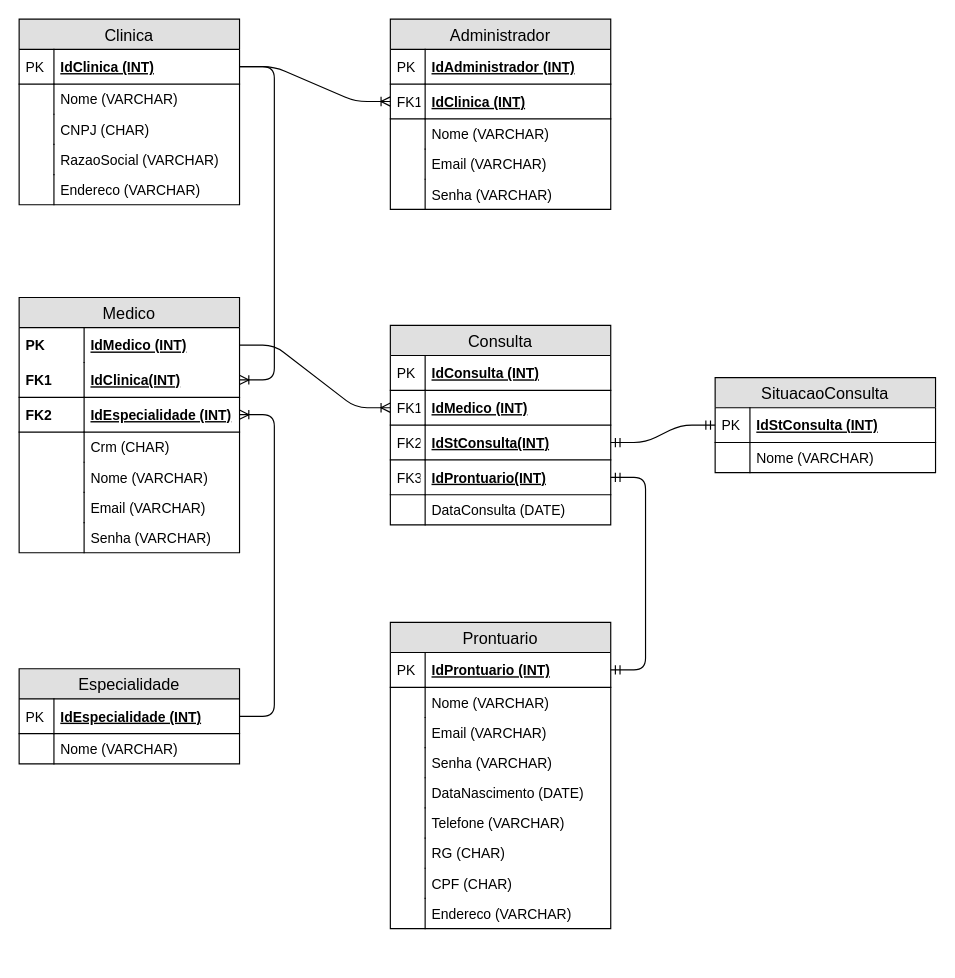
Before: page "Page-2" (2 of 2) of Modelagem/Modelagem-SpMedGroup-Conceitual-Logico.drawio in FelipeSabino-del/senai_spmedgroup_sprint1_bd_tarde_FelipeSabino-, a draw.io diagram. Source tidied: cells renumbered, new cells numbered last; positions are measured from the earlier drawing's top-left corner, leaving out a move shared by most shapes. Both pictures are drawn from the tidied source at 116%, with x=0, y=0 at pixel (19, 19).
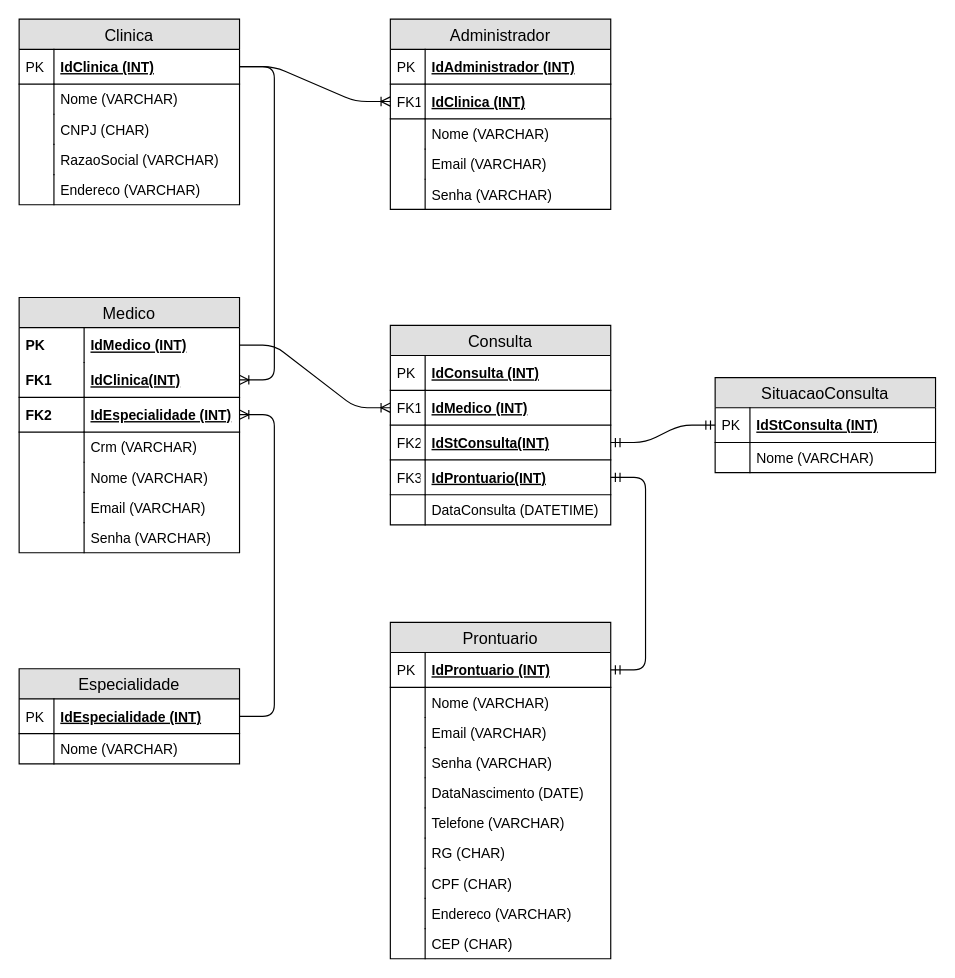
The same diagram, later.

The change refers to these unchanged cells:
```xml
<mxCell id="23" value="Medico" style="swimlane;fontStyle=0;horizontal=1;startSize=26;fillColor=#e0e0e0;swimlaneFillColor=#ffffff;align=center;fontSize=14;" parent="1" vertex="1">
  <mxGeometry y="240" width="190" height="220" as="geometry" />
</mxCell>
<mxCell id="68" value="Consulta" style="swimlane;fontStyle=0;horizontal=1;startSize=26;fillColor=#e0e0e0;swimlaneFillColor=#ffffff;align=center;fontSize=14;" parent="1" vertex="1">
  <mxGeometry x="320" y="264" width="190" height="172" as="geometry" />
</mxCell>
```

Change to the diagram source:
```diff
@@
-    <mxCell id="30" value="Crm (CHAR)" style="shape=partialRectangle;top=0;left=0;right=0;bottom=0;align=left;verticalAlign=top;fillColor=none;spacingLeft=60;spacingRight=4;overflow=hidden;fontSize=12;" parent="23" vertex="1">
+    <mxCell id="30" value="Crm (VARCHAR)" style="shape=partialRectangle;top=0;left=0;right=0;bottom=0;align=left;verticalAlign=top;fillColor=none;spacingLeft=60;spacingRight=4;overflow=hidden;fontSize=12;" parent="23" vertex="1">
       <mxGeometry y="116" width="190" height="26" as="geometry" />
     </mxCell>
@@
     <mxCell id="49" value="Prontuario" style="swimlane;fontStyle=0;horizontal=1;startSize=26;fillColor=#e0e0e0;swimlaneFillColor=#ffffff;align=center;fontSize=14;" parent="1" vertex="1">
-      <mxGeometry x="320" y="520" width="190" height="264" as="geometry" />
+      <mxGeometry x="320" y="520" width="190" height="290" as="geometry" />
     </mxCell>
@@
+    <mxCell id="85" value="CEP (CHAR)" style="shape=partialRectangle;top=0;left=0;right=0;bottom=0;align=left;verticalAlign=top;fillColor=none;spacingLeft=34;spacingRight=4;overflow=hidden;fontSize=12;" parent="49" vertex="1">
+      <mxGeometry y="264" width="190" height="26" as="geometry" />
+    </mxCell>
+    <mxCell id="86" style="shape=partialRectangle;top=0;left=0;bottom=0;fillColor=none;align=left;verticalAlign=top;spacingLeft=4;spacingRight=4;overflow=hidden;fontSize=12;" parent="85" vertex="1">
+      <mxGeometry width="30" height="26" as="geometry" />
+    </mxCell>
@@
-    <mxCell id="77" value="DataConsulta (DATE)" style="shape=partialRectangle;top=0;left=0;right=0;bottom=0;align=left;verticalAlign=top;fillColor=none;spacingLeft=34;spacingRight=4;overflow=hidden;fontSize=12;" parent="68" vertex="1">
+    <mxCell id="77" value="DataConsulta (DATETIME)" style="shape=partialRectangle;top=0;left=0;right=0;bottom=0;align=left;verticalAlign=top;fillColor=none;spacingLeft=34;spacingRight=4;overflow=hidden;fontSize=12;" parent="68" vertex="1">
       <mxGeometry y="146" width="190" height="26" as="geometry" />
     </mxCell>
```
